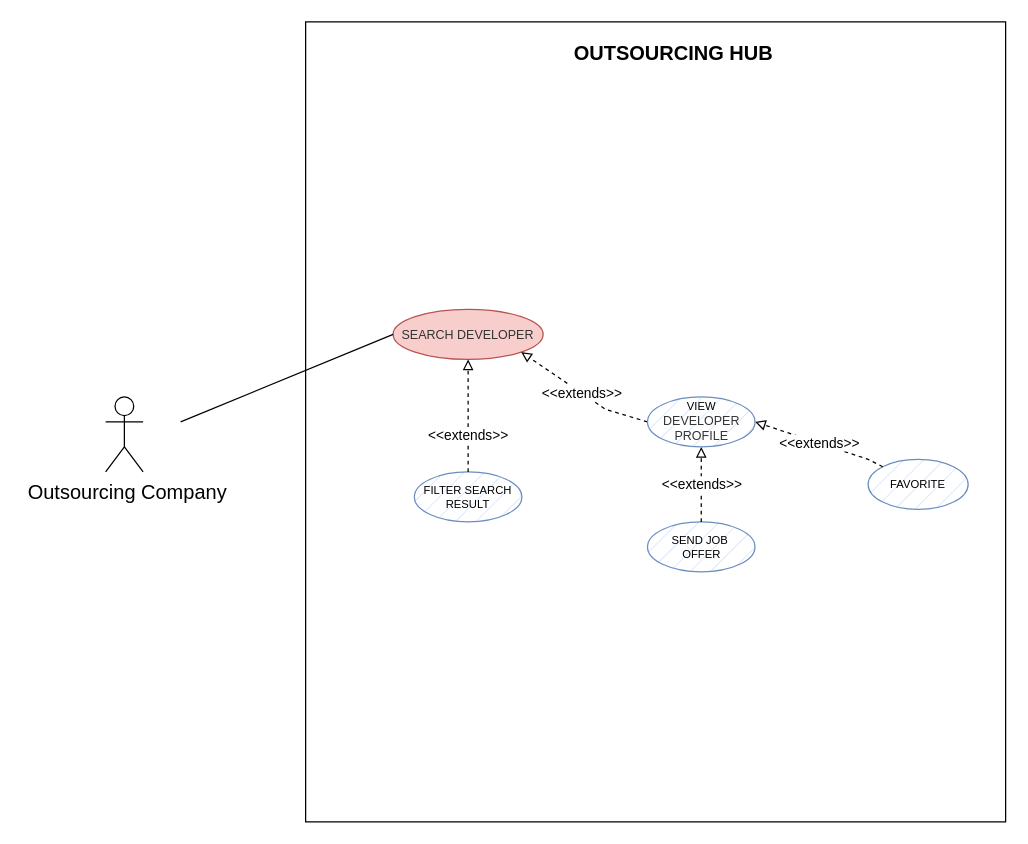
This is use_cases/use_cases_company.drawio from mattiadanisi00/ids, a draw.io file, before an edit. Source tidied: cells renumbered, new cells numbered last; positions are measured from the earlier drawing's top-left corner, leaving out a move shared by most shapes. Both pictures are drawn from the tidied source at 125%, with x=0, y=0 at pixel (105, 21).
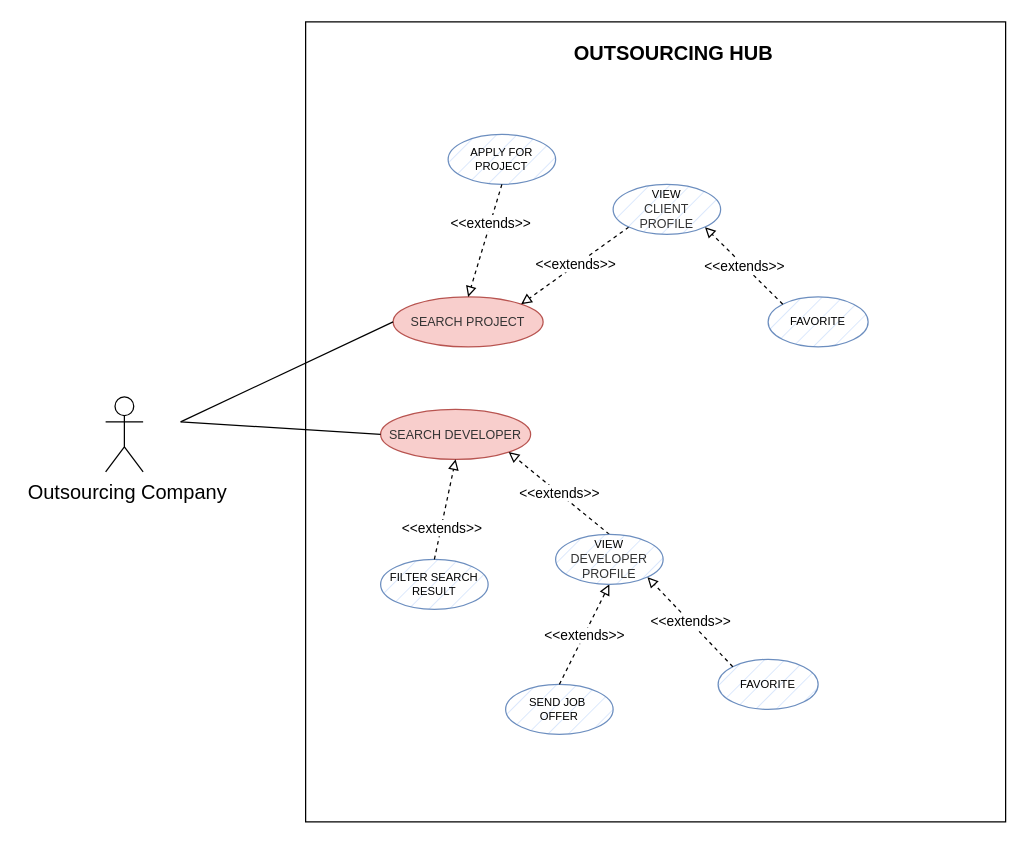
Above is the later version.

What changed in the source:
```diff
@@
     <mxCell id="5" value="&lt;span style=&quot;caret-color: rgb(0, 0, 0); font-family: Helvetica; font-size: x-small; font-style: normal; font-variant-caps: normal; font-weight: 400; letter-spacing: normal; text-align: center; text-indent: 0px; text-transform: none; word-spacing: 0px; -webkit-text-stroke-width: 0px; text-decoration: none; float: none; display: inline !important;&quot;&gt;&lt;font color=&quot;#333333&quot;&gt;SEARCH DEVELOPER&lt;/font&gt;&lt;/span&gt;" style="ellipse;whiteSpace=wrap;html=1;fillColor=#f8cecc;strokeColor=#b85450;" parent="1" vertex="1">
-      <mxGeometry x="230" y="230" width="120" height="40" as="geometry" />
+      <mxGeometry x="220" y="310" width="120" height="40" as="geometry" />
     </mxCell>
     <mxCell id="6" value="&lt;font style=&quot;font-size: 9px;&quot;&gt;SEND JOB&amp;nbsp;&lt;br&gt;OFFER&lt;br style=&quot;font-size: 9px;&quot;&gt;&lt;/font&gt;" style="ellipse;whiteSpace=wrap;html=1;fillColor=#dae8fc;strokeColor=#6c8ebf;fontSize=9;strokeWidth=1;fillStyle=hatch;" parent="1" vertex="1">
-      <mxGeometry x="433.5" y="400" width="86" height="40" as="geometry" />
+      <mxGeometry x="320" y="530" width="86" height="40" as="geometry" />
     </mxCell>
     <mxCell id="7" value="&lt;font style=&quot;font-size: 9px;&quot;&gt;FILTER SEARCH RESULT&lt;br style=&quot;font-size: 9px;&quot;&gt;&lt;/font&gt;" style="ellipse;whiteSpace=wrap;html=1;fillColor=#dae8fc;strokeColor=#6c8ebf;fontSize=9;strokeWidth=1;fillStyle=hatch;" parent="1" vertex="1">
-      <mxGeometry x="247" y="360" width="86" height="40" as="geometry" />
+      <mxGeometry x="220" y="430" width="86" height="40" as="geometry" />
     </mxCell>
@@
     <mxCell id="10" value="&lt;font style=&quot;font-size: 9px;&quot;&gt;FAVORITE&lt;br style=&quot;font-size: 9px;&quot;&gt;&lt;/font&gt;" style="ellipse;whiteSpace=wrap;html=1;fillColor=#dae8fc;strokeColor=#6c8ebf;fontSize=9;strokeWidth=1;fillStyle=hatch;" parent="1" vertex="1">
-      <mxGeometry x="610" y="350" width="80" height="40" as="geometry" />
+      <mxGeometry x="490" y="510" width="80" height="40" as="geometry" />
     </mxCell>
-    <mxCell id="11" value="&amp;lt;&amp;lt;extends&amp;gt;&amp;gt;" style="endArrow=block;endFill=0;html=1;rounded=0;dashed=1;exitX=0;exitY=0;exitDx=0;exitDy=0;entryX=1;entryY=0.5;entryDx=0;entryDy=0;" parent="1" edge="1" source="10" target="14">
-      <mxGeometry x="-0.01" relative="1" as="geometry">
-        <Array as="points">
-          <mxPoint x="610" y="350" />
-        </Array>
-      </mxGeometry>
+    <mxCell id="11" value="&amp;lt;&amp;lt;extends&amp;gt;&amp;gt;" style="endArrow=block;endFill=0;html=1;rounded=0;dashed=1;exitX=0;exitY=0;exitDx=0;exitDy=0;entryX=1;entryY=1;entryDx=0;entryDy=0;" parent="1" edge="1" source="10" target="14">
+      <mxGeometry x="-0.01" relative="1" as="geometry" />
     </mxCell>
@@
-    <mxCell id="13" value="&amp;lt;&amp;lt;extends&amp;gt;&amp;gt;" style="endArrow=block;endFill=0;html=1;rounded=0;dashed=1;entryX=1;entryY=1;entryDx=0;entryDy=0;exitX=0;exitY=0.5;exitDx=0;exitDy=0;" parent="1" edge="1" source="14" target="5">
-      <mxGeometry x="-0.01" relative="1" as="geometry">
-        <Array as="points">
-          <mxPoint x="400" y="310" />
-        </Array>
-      </mxGeometry>
+    <mxCell id="13" value="&amp;lt;&amp;lt;extends&amp;gt;&amp;gt;" style="endArrow=block;endFill=0;html=1;rounded=0;dashed=1;entryX=1;entryY=1;entryDx=0;entryDy=0;exitX=0.5;exitY=0;exitDx=0;exitDy=0;" parent="1" edge="1" source="14" target="5">
+      <mxGeometry x="-0.01" relative="1" as="geometry" />
     </mxCell>
     <mxCell id="14" value="&lt;font style=&quot;font-size: 9px;&quot;&gt;VIEW&lt;br style=&quot;border-color: var(--border-color); font-size: 12px; color: rgb(51, 51, 51);&quot;&gt;&lt;span style=&quot;border-color: var(--border-color); color: rgb(51, 51, 51); font-size: x-small;&quot;&gt;DEVELOPER&lt;/span&gt;&lt;br style=&quot;border-color: var(--border-color); font-size: 12px; color: rgb(51, 51, 51);&quot;&gt;&lt;span style=&quot;border-color: var(--border-color); color: rgb(51, 51, 51); font-size: x-small;&quot;&gt;PROFILE&lt;/span&gt;&lt;br style=&quot;font-size: 9px;&quot;&gt;&lt;/font&gt;" style="ellipse;whiteSpace=wrap;html=1;fillColor=#dae8fc;strokeColor=#6c8ebf;fontSize=9;strokeWidth=1;fillStyle=hatch;" parent="1" vertex="1">
-      <mxGeometry x="433.5" y="300" width="86" height="40" as="geometry" />
+      <mxGeometry x="360" y="410" width="86" height="40" as="geometry" />
     </mxCell>
+    <mxCell id="15" value="&lt;span style=&quot;caret-color: rgb(0, 0, 0); font-family: Helvetica; font-size: x-small; font-style: normal; font-variant-caps: normal; font-weight: 400; letter-spacing: normal; text-align: center; text-indent: 0px; text-transform: none; word-spacing: 0px; -webkit-text-stroke-width: 0px; text-decoration: none; float: none; display: inline !important;&quot;&gt;&lt;font color=&quot;#333333&quot;&gt;SEARCH PROJECT&lt;/font&gt;&lt;/span&gt;" style="ellipse;whiteSpace=wrap;html=1;fillColor=#f8cecc;strokeColor=#b85450;" parent="1" vertex="1">
+      <mxGeometry x="230" y="220" width="120" height="40" as="geometry" />
+    </mxCell>
+    <mxCell id="16" value="&lt;font style=&quot;font-size: 9px;&quot;&gt;APPLY FOR PROJECT&lt;br style=&quot;font-size: 9px;&quot;&gt;&lt;/font&gt;" style="ellipse;whiteSpace=wrap;html=1;fillColor=#dae8fc;strokeColor=#6c8ebf;fontSize=9;strokeWidth=1;fillStyle=hatch;" parent="1" vertex="1">
+      <mxGeometry x="274" y="90" width="86" height="40" as="geometry" />
+    </mxCell>
+    <mxCell id="17" value="&amp;lt;&amp;lt;extends&amp;gt;&amp;gt;" style="endArrow=block;endFill=0;html=1;rounded=0;dashed=1;exitX=0.5;exitY=1;exitDx=0;exitDy=0;entryX=0.5;entryY=0;entryDx=0;entryDy=0;" parent="1" edge="1" source="16" target="15">
+      <mxGeometry x="-0.33" relative="1" as="geometry">
+        <mxPoint y="1" as="offset" />
+      </mxGeometry>
+    </mxCell>
+    <mxCell id="18" value="&lt;font style=&quot;font-size: 9px;&quot;&gt;FAVORITE&lt;br style=&quot;font-size: 9px;&quot;&gt;&lt;/font&gt;" style="ellipse;whiteSpace=wrap;html=1;fillColor=#dae8fc;strokeColor=#6c8ebf;fontSize=9;strokeWidth=1;fillStyle=hatch;" parent="1" vertex="1">
+      <mxGeometry x="530" y="220" width="80" height="40" as="geometry" />
+    </mxCell>
+    <mxCell id="19" value="&amp;lt;&amp;lt;extends&amp;gt;&amp;gt;" style="endArrow=block;endFill=0;html=1;rounded=0;dashed=1;exitX=0;exitY=0;exitDx=0;exitDy=0;entryX=1;entryY=1;entryDx=0;entryDy=0;" parent="1" edge="1" source="18" target="21">
+      <mxGeometry x="-0.01" relative="1" as="geometry" />
+    </mxCell>
+    <mxCell id="20" value="&amp;lt;&amp;lt;extends&amp;gt;&amp;gt;" style="endArrow=block;endFill=0;html=1;rounded=0;dashed=1;entryX=1;entryY=0;entryDx=0;entryDy=0;exitX=0;exitY=1;exitDx=0;exitDy=0;" parent="1" edge="1" source="21" target="15">
+      <mxGeometry x="-0.01" relative="1" as="geometry" />
+    </mxCell>
+    <mxCell id="21" value="&lt;font style=&quot;&quot;&gt;VIEW&lt;br style=&quot;border-color: var(--border-color); font-size: 12px; color: rgb(51, 51, 51);&quot;&gt;&lt;font size=&quot;1&quot; color=&quot;#333333&quot;&gt;CLIENT&lt;/font&gt;&lt;br style=&quot;border-color: var(--border-color); font-size: 12px; color: rgb(51, 51, 51);&quot;&gt;&lt;span style=&quot;font-size: x-small; border-color: var(--border-color); color: rgb(51, 51, 51);&quot;&gt;PROFILE&lt;/span&gt;&lt;br style=&quot;font-size: 9px;&quot;&gt;&lt;/font&gt;" style="ellipse;whiteSpace=wrap;html=1;fillColor=#dae8fc;strokeColor=#6c8ebf;fontSize=9;strokeWidth=1;fillStyle=hatch;" parent="1" vertex="1">
+      <mxGeometry x="406" y="130" width="86" height="40" as="geometry" />
+    </mxCell>
+    <mxCell id="22" style="rounded=0;jettySize=auto;html=1;exitX=0;exitY=0.5;exitDx=0;exitDy=0;endArrow=none;endFill=0;" parent="1" edge="1" source="15">
+      <mxGeometry relative="1" as="geometry">
+        <mxPoint x="60" y="320" as="targetPoint" />
+      </mxGeometry>
+    </mxCell>
```
